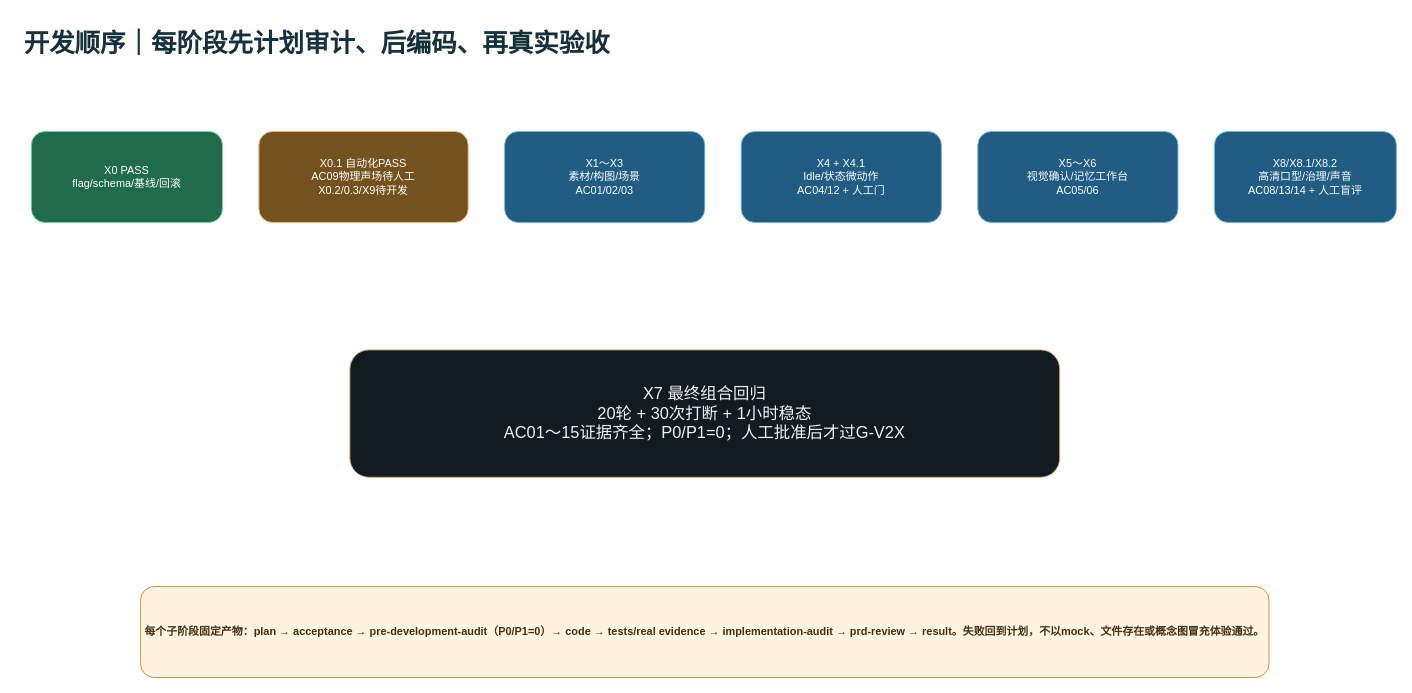
ljx418/cyberWife keeps this draw.io diagram as page "06-开发顺序与里程碑" (6 of 8) of docs/architecture/v2-x-gap.drawio. Above is the earlier version. Source tidied: cells renumbered, new cells numbered last; positions are measured from the earlier drawing's top-left corner, leaving out a move shared by most shapes. Both pictures are drawn from the tidied source at 91%, with x=0, y=0 at pixel (22, 22).
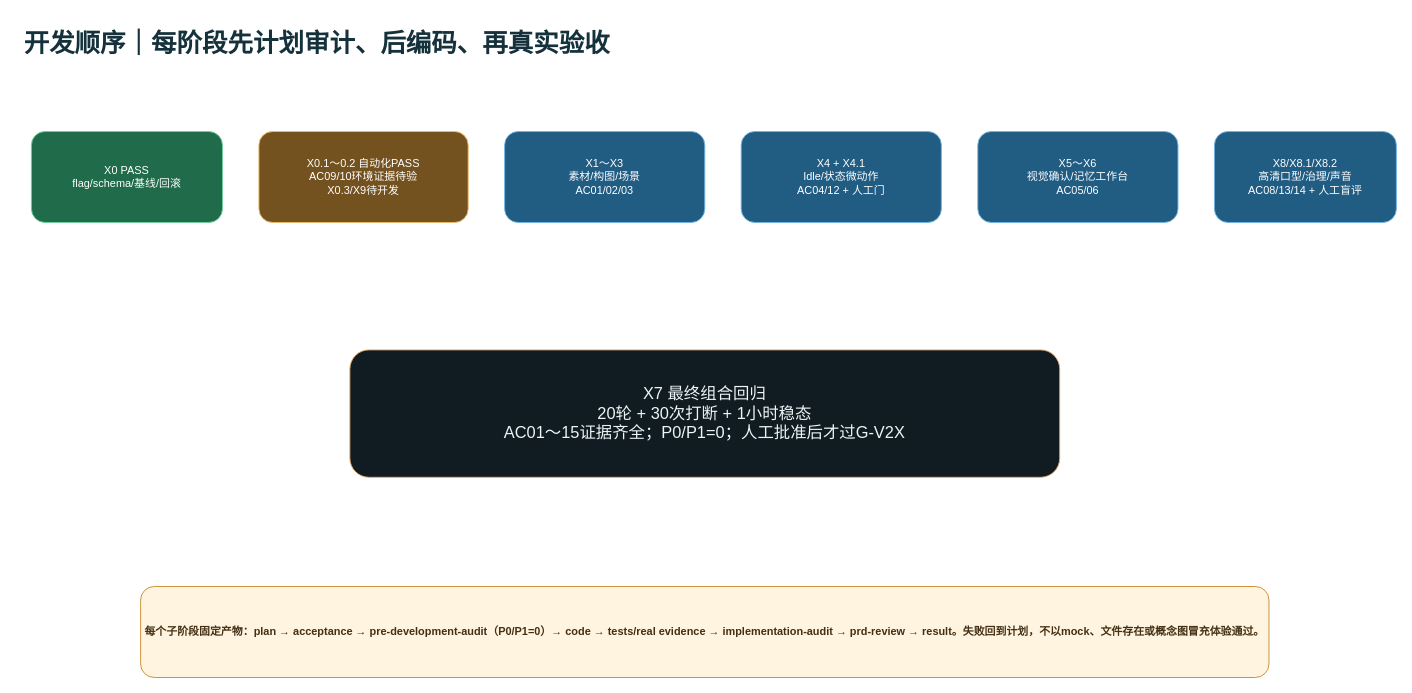
The same diagram, later.

What changed in the source:
```diff
@@
 <mxGraphModel>
   <root>
     <mxCell id="0" />
     <mxCell id="1" parent="0" />
     <mxCell id="2" value="开发顺序｜每阶段先计划审计、后编码、再真实验收" style="text;html=1;fontSize=28;fontStyle=1;fontColor=#15313B;" parent="1" vertex="1">
       <mxGeometry width="1300" height="50" as="geometry" />
     </mxCell>
     <mxCell id="3" value="X0 PASS&#10;flag/schema/基线/回滚" style="rounded=1;whiteSpace=wrap;html=1;fillColor=#1F6B4A;strokeColor=#6ED39C;fontColor=#FFFFFF;" parent="1" vertex="1">
       <mxGeometry x="10" y="120" width="210" height="100" as="geometry" />
     </mxCell>
-    <mxCell id="4" value="X0.1 自动化PASS&#10;AC09物理声场待人工&#10;X0.2/0.3/X9待开发" style="rounded=1;whiteSpace=wrap;html=1;fillColor=#73521F;strokeColor=#F2BD6B;fontColor=#FFFFFF;" parent="1" vertex="1">
+    <mxCell id="4" value="X0.1～0.2 自动化PASS&#10;AC09/10环境证据待验&#10;X0.3/X9待开发" style="rounded=1;whiteSpace=wrap;html=1;fillColor=#73521F;strokeColor=#F2BD6B;fontColor=#FFFFFF;" parent="1" vertex="1">
       <mxGeometry x="260" y="120" width="230" height="100" as="geometry" />
     </mxCell>
     <mxCell id="5" value="X1～X3&#10;素材/构图/场景&#10;AC01/02/03" style="rounded=1;whiteSpace=wrap;html=1;fillColor=#215C83;strokeColor=#71B7E6;fontColor=#FFFFFF;" parent="1" vertex="1">
       <mxGeometry x="530" y="120" width="220" height="100" as="geometry" />
     </mxCell>
     <mxCell id="6" value="X4 + X4.1&#10;Idle/状态微动作&#10;AC04/12 + 人工门" style="rounded=1;whiteSpace=wrap;html=1;fillColor=#215C83;strokeColor=#71B7E6;fontColor=#FFFFFF;" parent="1" vertex="1">
       <mxGeometry x="790" y="120" width="220" height="100" as="geometry" />
     </mxCell>
     <mxCell id="7" value="X5～X6&#10;视觉确认/记忆工作台&#10;AC05/06" style="rounded=1;whiteSpace=wrap;html=1;fillColor=#215C83;strokeColor=#71B7E6;fontColor=#FFFFFF;" parent="1" vertex="1">
       <mxGeometry x="1050" y="120" width="220" height="100" as="geometry" />
     </mxCell>
     <mxCell id="8" value="X8/X8.1/X8.2&#10;高清口型/治理/声音&#10;AC08/13/14 + 人工盲评" style="rounded=1;whiteSpace=wrap;html=1;fillColor=#215C83;strokeColor=#71B7E6;fontColor=#FFFFFF;" parent="1" vertex="1">
       <mxGeometry x="1310" y="120" width="200" height="100" as="geometry" />
     </mxCell>
     <mxCell id="9" value="X7 最终组合回归&#10;20轮 + 30次打断 + 1小时稳态&#10;AC01～15证据齐全；P0/P1=0；人工批准后才过G-V2X" style="rounded=1;whiteSpace=wrap;html=1;fillColor=#101B22;strokeColor=#E4A668;fontColor=#EDF4F5;fontSize=18;" parent="1" vertex="1">
       <mxGeometry x="360" y="360" width="780" height="140" as="geometry" />
     </mxCell>
     <mxCell id="10" value="每个子阶段固定产物：plan → acceptance → pre-development-audit（P0/P1=0）→ code → tests/real evidence → implementation-audit → prd-review → result。失败回到计划，不以mock、文件存在或概念图冒充体验通过。" style="rounded=1;whiteSpace=wrap;html=1;fillColor=#FFF4DF;strokeColor=#C8892E;fontColor=#432F14;fontStyle=1;" parent="1" vertex="1">
       <mxGeometry x="130" y="620" width="1240" height="100" as="geometry" />
     </mxCell>
     <mxCell id="11" style="edgeStyle=orthogonalEdgeStyle;endArrow=block;" parent="1" edge="1" source="3" target="4" />
     <mxCell id="12" style="edgeStyle=orthogonalEdgeStyle;endArrow=block;" parent="1" edge="1" source="4" target="5" />
     <mxCell id="13" style="edgeStyle=orthogonalEdgeStyle;endArrow=block;" parent="1" edge="1" source="5" target="6" />
     <mxCell id="14" style="edgeStyle=orthogonalEdgeStyle;endArrow=block;" parent="1" edge="1" source="6" target="7" />
     <mxCell id="15" style="edgeStyle=orthogonalEdgeStyle;endArrow=block;" parent="1" edge="1" source="7" target="8" />
     <mxCell id="16" style="edgeStyle=orthogonalEdgeStyle;endArrow=block;" parent="1" edge="1" source="8" target="9" />
   </root>
 </mxGraphModel>
```
